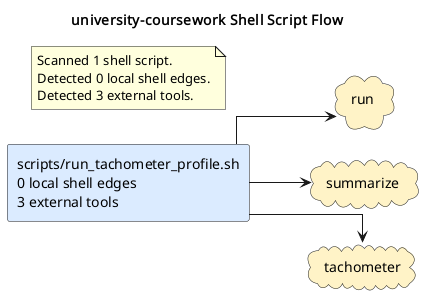
This is docs/diagrams/shell-call-graph.puml.png from casonk/university-coursework, a PlantUML export, as it was before one commit. Its diagram source:
```plantuml
@startuml
title university-coursework Shell Script Flow
left to right direction
skinparam shadowing false
skinparam defaultFontName Monospace
skinparam componentStyle rectangle
skinparam linetype ortho
rectangle "scripts/run_tachometer_profile.sh\n0 local shell edges\n3 external tools" as shell_scripts_run_tachometer_profile_sh #DBEAFE
cloud "run" as tool_run #FEF3C7
cloud "summarize" as tool_summarize #FEF3C7
cloud "tachometer" as tool_tachometer #FEF3C7
shell_scripts_run_tachometer_profile_sh --> tool_run
shell_scripts_run_tachometer_profile_sh --> tool_summarize
shell_scripts_run_tachometer_profile_sh --> tool_tachometer
note as shellGraphSummary
Scanned 1 shell script.
Detected 0 local shell edges.
Detected 3 external tools.
end note
@enduml
```
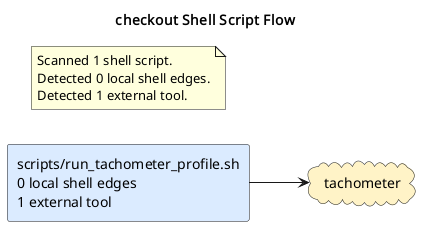
After the change.

Diff of the diagram source:
```diff
@@ -1,20 +1,16 @@
 @startuml
-title university-coursework Shell Script Flow
+title checkout Shell Script Flow
 left to right direction
 skinparam shadowing false
 skinparam defaultFontName Monospace
 skinparam componentStyle rectangle
 skinparam linetype ortho
-rectangle "scripts/run_tachometer_profile.sh\n0 local shell edges\n3 external tools" as shell_scripts_run_tachometer_profile_sh #DBEAFE
-cloud "run" as tool_run #FEF3C7
-cloud "summarize" as tool_summarize #FEF3C7
+rectangle "scripts/run_tachometer_profile.sh\n0 local shell edges\n1 external tool" as shell_scripts_run_tachometer_profile_sh #DBEAFE
 cloud "tachometer" as tool_tachometer #FEF3C7
-shell_scripts_run_tachometer_profile_sh --> tool_run
-shell_scripts_run_tachometer_profile_sh --> tool_summarize
 shell_scripts_run_tachometer_profile_sh --> tool_tachometer
 note as shellGraphSummary
 Scanned 1 shell script.
 Detected 0 local shell edges.
-Detected 3 external tools.
+Detected 1 external tool.
 end note
 @enduml
```
